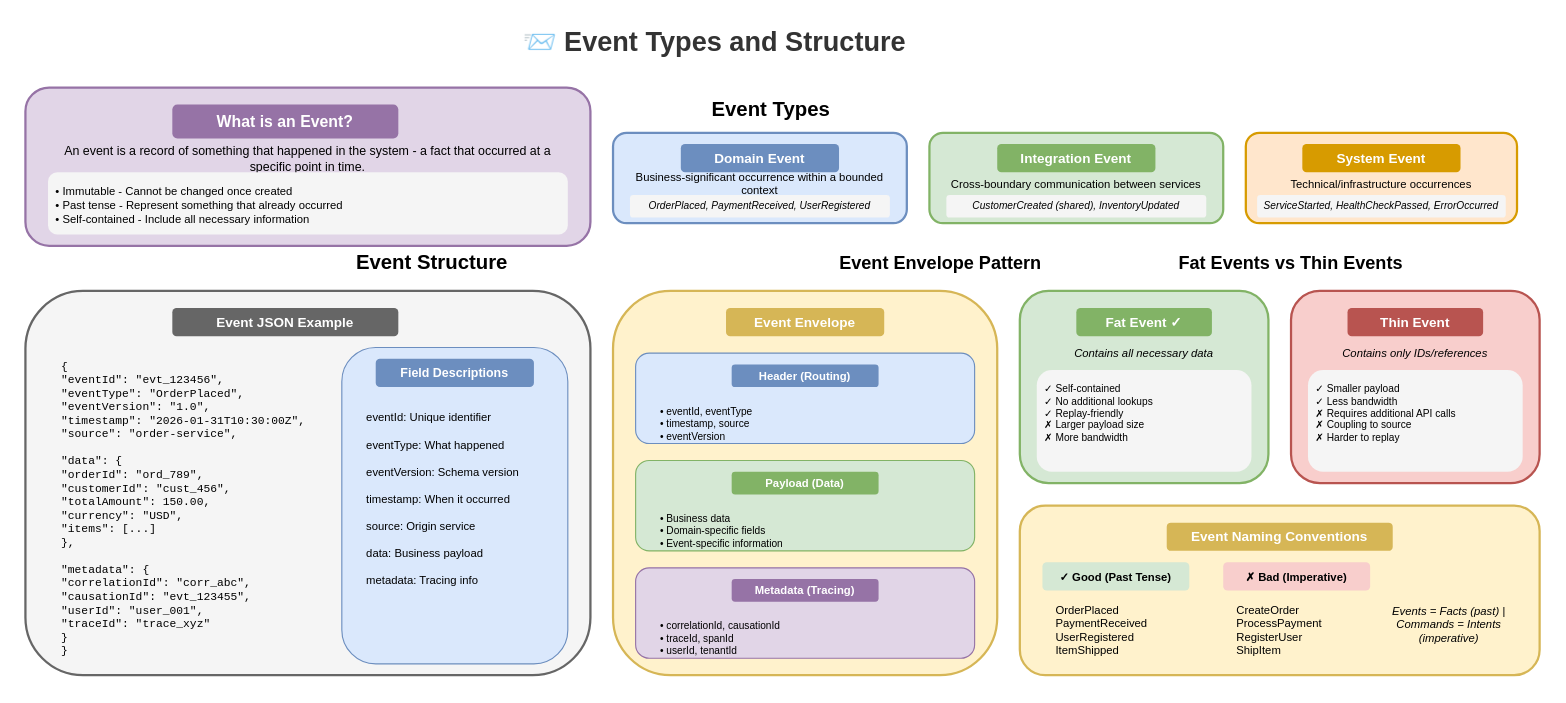
Earlier version of the draw.io diagram lesson-02-event-driven-architecture/01-core-concepts/1.2-event-types-structure.drawio (MrParkerZ7/document-lesson-software-architect-x-claude). Source tidied: cells renumbered, new cells numbered last; positions are measured from the earlier drawing's top-left corner, leaving out a move shared by most shapes. Both pictures are drawn from the tidied source at 113%, with x=0, y=0 at pixel (25, 19).
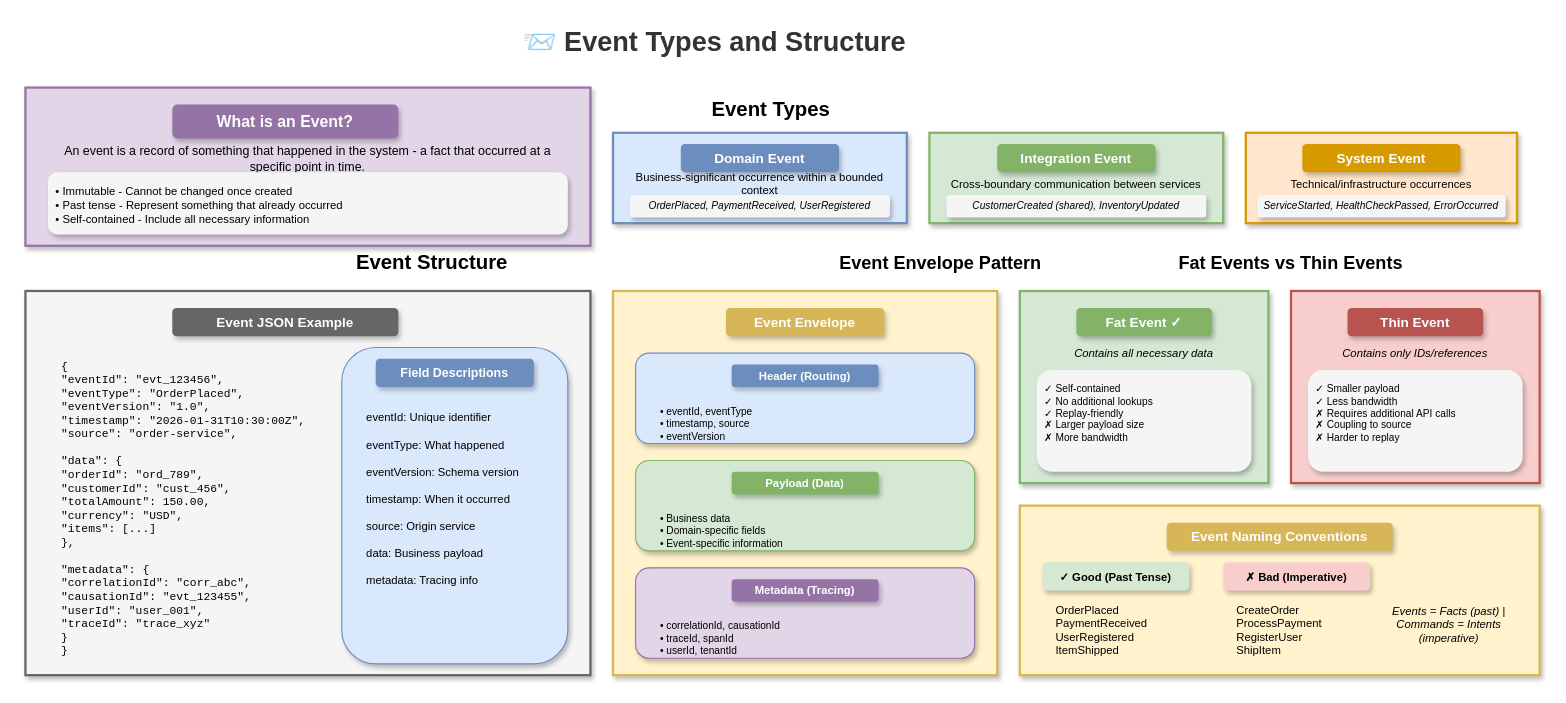
The same page after the edit.

Diff of the diagram source:
```diff
@@
-    <mxCell id="3" style="rounded=1;whiteSpace=wrap;html=1;fillColor=#e1d5e7;strokeColor=#9673a6;strokeWidth=2;" parent="1" vertex="1">
+    <mxCell id="3" style="rounded=0;whiteSpace=wrap;html=1;fillColor=#e1d5e7;strokeColor=#9673a6;strokeWidth=2;shadow=1;" parent="1" vertex="1">
       <mxGeometry y="60" width="500" height="140" as="geometry" />
     </mxCell>
-    <mxCell id="4" value="What is an Event?" style="text;html=1;strokeColor=none;fillColor=#9673a6;align=center;verticalAlign=middle;whiteSpace=wrap;rounded=1;fontSize=14;fontStyle=1;fontColor=#ffffff;" parent="1" vertex="1">
+    <mxCell id="4" value="What is an Event?" style="text;html=1;strokeColor=none;fillColor=#9673a6;align=center;verticalAlign=middle;whiteSpace=wrap;rounded=1;fontSize=14;fontStyle=1;fontColor=#ffffff;shadow=1;" parent="1" vertex="1">
       <mxGeometry x="130" y="75" width="200" height="30" as="geometry" />
     </mxCell>
@@
-    <mxCell id="6" value="• Immutable - Cannot be changed once created&#10;• Past tense - Represent something that already occurred&#10;• Self-contained - Include all necessary information" style="text;html=1;strokeColor=none;fillColor=#f5f5f5;align=left;verticalAlign=top;whiteSpace=wrap;rounded=1;fontSize=10;spacingLeft=5;spacingTop=5;" parent="1" vertex="1">
+    <mxCell id="6" value="• Immutable - Cannot be changed once created&#10;• Past tense - Represent something that already occurred&#10;• Self-contained - Include all necessary information" style="text;html=1;strokeColor=none;fillColor=#f5f5f5;align=left;verticalAlign=top;whiteSpace=wrap;rounded=1;fontSize=10;spacingLeft=5;spacingTop=5;shadow=1;" parent="1" vertex="1">
       <mxGeometry x="20" y="135" width="460" height="55" as="geometry" />
     </mxCell>
@@
-    <mxCell id="8" style="rounded=1;whiteSpace=wrap;html=1;fillColor=#dae8fc;strokeColor=#6c8ebf;strokeWidth=2;" parent="1" vertex="1">
+    <mxCell id="8" style="rounded=0;whiteSpace=wrap;html=1;fillColor=#dae8fc;strokeColor=#6c8ebf;strokeWidth=2;shadow=1;" parent="1" vertex="1">
       <mxGeometry x="520" y="100" width="260" height="80" as="geometry" />
     </mxCell>
-    <mxCell id="9" value="Domain Event" style="text;html=1;strokeColor=none;fillColor=#6c8ebf;align=center;verticalAlign=middle;whiteSpace=wrap;rounded=1;fontSize=12;fontStyle=1;fontColor=#ffffff;" parent="1" vertex="1">
+    <mxCell id="9" value="Domain Event" style="text;html=1;strokeColor=none;fillColor=#6c8ebf;align=center;verticalAlign=middle;whiteSpace=wrap;rounded=1;fontSize=12;fontStyle=1;fontColor=#ffffff;shadow=1;" parent="1" vertex="1">
       <mxGeometry x="580" y="110" width="140" height="25" as="geometry" />
     </mxCell>
@@
-    <mxCell id="11" value="OrderPlaced, PaymentReceived, UserRegistered" style="text;html=1;strokeColor=none;fillColor=#f5f5f5;align=center;verticalAlign=middle;whiteSpace=wrap;rounded=1;fontSize=9;fontStyle=2;" parent="1" vertex="1">
+    <mxCell id="11" value="OrderPlaced, PaymentReceived, UserRegistered" style="text;html=1;strokeColor=none;fillColor=#f5f5f5;align=center;verticalAlign=middle;whiteSpace=wrap;rounded=1;fontSize=9;fontStyle=2;shadow=1;" parent="1" vertex="1">
       <mxGeometry x="535" y="155" width="230" height="20" as="geometry" />
     </mxCell>
-    <mxCell id="12" style="rounded=1;whiteSpace=wrap;html=1;fillColor=#d5e8d4;strokeColor=#82b366;strokeWidth=2;" parent="1" vertex="1">
+    <mxCell id="12" style="rounded=0;whiteSpace=wrap;html=1;fillColor=#d5e8d4;strokeColor=#82b366;strokeWidth=2;shadow=1;" parent="1" vertex="1">
       <mxGeometry x="800" y="100" width="260" height="80" as="geometry" />
     </mxCell>
-    <mxCell id="13" value="Integration Event" style="text;html=1;strokeColor=none;fillColor=#82b366;align=center;verticalAlign=middle;whiteSpace=wrap;rounded=1;fontSize=12;fontStyle=1;fontColor=#ffffff;" parent="1" vertex="1">
+    <mxCell id="13" value="Integration Event" style="text;html=1;strokeColor=none;fillColor=#82b366;align=center;verticalAlign=middle;whiteSpace=wrap;rounded=1;fontSize=12;fontStyle=1;fontColor=#ffffff;shadow=1;" parent="1" vertex="1">
       <mxGeometry x="860" y="110" width="140" height="25" as="geometry" />
     </mxCell>
@@
-    <mxCell id="15" value="CustomerCreated (shared), InventoryUpdated" style="text;html=1;strokeColor=none;fillColor=#f5f5f5;align=center;verticalAlign=middle;whiteSpace=wrap;rounded=1;fontSize=9;fontStyle=2;" parent="1" vertex="1">
+    <mxCell id="15" value="CustomerCreated (shared), InventoryUpdated" style="text;html=1;strokeColor=none;fillColor=#f5f5f5;align=center;verticalAlign=middle;whiteSpace=wrap;rounded=1;fontSize=9;fontStyle=2;shadow=1;" parent="1" vertex="1">
       <mxGeometry x="815" y="155" width="230" height="20" as="geometry" />
     </mxCell>
-    <mxCell id="16" style="rounded=1;whiteSpace=wrap;html=1;fillColor=#ffe6cc;strokeColor=#d79b00;strokeWidth=2;" parent="1" vertex="1">
+    <mxCell id="16" style="rounded=0;whiteSpace=wrap;html=1;fillColor=#ffe6cc;strokeColor=#d79b00;strokeWidth=2;shadow=1;" parent="1" vertex="1">
       <mxGeometry x="1080" y="100" width="240" height="80" as="geometry" />
     </mxCell>
-    <mxCell id="17" value="System Event" style="text;html=1;strokeColor=none;fillColor=#d79b00;align=center;verticalAlign=middle;whiteSpace=wrap;rounded=1;fontSize=12;fontStyle=1;fontColor=#ffffff;" parent="1" vertex="1">
+    <mxCell id="17" value="System Event" style="text;html=1;strokeColor=none;fillColor=#d79b00;align=center;verticalAlign=middle;whiteSpace=wrap;rounded=1;fontSize=12;fontStyle=1;fontColor=#ffffff;shadow=1;" parent="1" vertex="1">
       <mxGeometry x="1130" y="110" width="140" height="25" as="geometry" />
     </mxCell>
@@
-    <mxCell id="19" value="ServiceStarted, HealthCheckPassed, ErrorOccurred" style="text;html=1;strokeColor=none;fillColor=#f5f5f5;align=center;verticalAlign=middle;whiteSpace=wrap;rounded=1;fontSize=9;fontStyle=2;" parent="1" vertex="1">
+    <mxCell id="19" value="ServiceStarted, HealthCheckPassed, ErrorOccurred" style="text;html=1;strokeColor=none;fillColor=#f5f5f5;align=center;verticalAlign=middle;whiteSpace=wrap;rounded=1;fontSize=9;fontStyle=2;shadow=1;" parent="1" vertex="1">
       <mxGeometry x="1090" y="155" width="220" height="20" as="geometry" />
     </mxCell>
@@
-    <mxCell id="21" style="rounded=1;whiteSpace=wrap;html=1;fillColor=#f5f5f5;strokeColor=#666666;strokeWidth=2;" parent="1" vertex="1">
+    <mxCell id="21" style="rounded=0;whiteSpace=wrap;html=1;fillColor=#f5f5f5;strokeColor=#666666;strokeWidth=2;shadow=1;" parent="1" vertex="1">
       <mxGeometry y="240" width="500" height="340" as="geometry" />
     </mxCell>
-    <mxCell id="22" value="Event JSON Example" style="text;html=1;strokeColor=none;fillColor=#666666;align=center;verticalAlign=middle;whiteSpace=wrap;rounded=1;fontSize=12;fontStyle=1;fontColor=#ffffff;" parent="1" vertex="1">
+    <mxCell id="22" value="Event JSON Example" style="text;html=1;strokeColor=none;fillColor=#666666;align=center;verticalAlign=middle;whiteSpace=wrap;rounded=1;fontSize=12;fontStyle=1;fontColor=#ffffff;shadow=1;" parent="1" vertex="1">
       <mxGeometry x="130" y="255" width="200" height="25" as="geometry" />
     </mxCell>
@@
-    <mxCell id="24" style="rounded=1;whiteSpace=wrap;html=1;fillColor=#dae8fc;strokeColor=#6c8ebf;strokeWidth=1;" parent="1" vertex="1">
+    <mxCell id="24" style="rounded=1;whiteSpace=wrap;html=1;fillColor=#dae8fc;strokeColor=#6c8ebf;strokeWidth=1;shadow=1;" parent="1" vertex="1">
       <mxGeometry x="280" y="290" width="200" height="280" as="geometry" />
     </mxCell>
-    <mxCell id="25" value="Field Descriptions" style="text;html=1;strokeColor=none;fillColor=#6c8ebf;align=center;verticalAlign=middle;whiteSpace=wrap;rounded=1;fontSize=11;fontStyle=1;fontColor=#ffffff;" parent="1" vertex="1">
+    <mxCell id="25" value="Field Descriptions" style="text;html=1;strokeColor=none;fillColor=#6c8ebf;align=center;verticalAlign=middle;whiteSpace=wrap;rounded=1;fontSize=11;fontStyle=1;fontColor=#ffffff;shadow=1;" parent="1" vertex="1">
       <mxGeometry x="310" y="300" width="140" height="25" as="geometry" />
     </mxCell>
@@
-    <mxCell id="28" style="rounded=1;whiteSpace=wrap;html=1;fillColor=#fff2cc;strokeColor=#d6b656;strokeWidth=2;" parent="1" vertex="1">
+    <mxCell id="28" style="rounded=0;whiteSpace=wrap;html=1;fillColor=#fff2cc;strokeColor=#d6b656;strokeWidth=2;shadow=1;" parent="1" vertex="1">
       <mxGeometry x="520" y="240" width="340" height="340" as="geometry" />
     </mxCell>
-    <mxCell id="29" value="Event Envelope" style="text;html=1;strokeColor=none;fillColor=#d6b656;align=center;verticalAlign=middle;whiteSpace=wrap;rounded=1;fontSize=12;fontStyle=1;fontColor=#ffffff;" parent="1" vertex="1">
+    <mxCell id="29" value="Event Envelope" style="text;html=1;strokeColor=none;fillColor=#d6b656;align=center;verticalAlign=middle;whiteSpace=wrap;rounded=1;fontSize=12;fontStyle=1;fontColor=#ffffff;shadow=1;" parent="1" vertex="1">
       <mxGeometry x="620" y="255" width="140" height="25" as="geometry" />
     </mxCell>
-    <mxCell id="30" style="rounded=1;whiteSpace=wrap;html=1;fillColor=#dae8fc;strokeColor=#6c8ebf;strokeWidth=1;" parent="1" vertex="1">
+    <mxCell id="30" style="rounded=1;whiteSpace=wrap;html=1;fillColor=#dae8fc;strokeColor=#6c8ebf;strokeWidth=1;shadow=1;" parent="1" vertex="1">
       <mxGeometry x="540" y="295" width="300" height="80" as="geometry" />
     </mxCell>
-    <mxCell id="31" value="Header (Routing)" style="text;html=1;strokeColor=none;fillColor=#6c8ebf;align=center;verticalAlign=middle;whiteSpace=wrap;rounded=1;fontSize=10;fontStyle=1;fontColor=#ffffff;" parent="1" vertex="1">
+    <mxCell id="31" value="Header (Routing)" style="text;html=1;strokeColor=none;fillColor=#6c8ebf;align=center;verticalAlign=middle;whiteSpace=wrap;rounded=1;fontSize=10;fontStyle=1;fontColor=#ffffff;shadow=1;" parent="1" vertex="1">
       <mxGeometry x="625" y="305" width="130" height="20" as="geometry" />
     </mxCell>
@@
-    <mxCell id="33" style="rounded=1;whiteSpace=wrap;html=1;fillColor=#d5e8d4;strokeColor=#82b366;strokeWidth=1;" parent="1" vertex="1">
+    <mxCell id="33" style="rounded=1;whiteSpace=wrap;html=1;fillColor=#d5e8d4;strokeColor=#82b366;strokeWidth=1;shadow=1;" parent="1" vertex="1">
       <mxGeometry x="540" y="390" width="300" height="80" as="geometry" />
     </mxCell>
-    <mxCell id="34" value="Payload (Data)" style="text;html=1;strokeColor=none;fillColor=#82b366;align=center;verticalAlign=middle;whiteSpace=wrap;rounded=1;fontSize=10;fontStyle=1;fontColor=#ffffff;" parent="1" vertex="1">
+    <mxCell id="34" value="Payload (Data)" style="text;html=1;strokeColor=none;fillColor=#82b366;align=center;verticalAlign=middle;whiteSpace=wrap;rounded=1;fontSize=10;fontStyle=1;fontColor=#ffffff;shadow=1;" parent="1" vertex="1">
       <mxGeometry x="625" y="400" width="130" height="20" as="geometry" />
     </mxCell>
@@
-    <mxCell id="36" style="rounded=1;whiteSpace=wrap;html=1;fillColor=#e1d5e7;strokeColor=#9673a6;strokeWidth=1;" parent="1" vertex="1">
+    <mxCell id="36" style="rounded=1;whiteSpace=wrap;html=1;fillColor=#e1d5e7;strokeColor=#9673a6;strokeWidth=1;shadow=1;" parent="1" vertex="1">
       <mxGeometry x="540" y="485" width="300" height="80" as="geometry" />
     </mxCell>
-    <mxCell id="37" value="Metadata (Tracing)" style="text;html=1;strokeColor=none;fillColor=#9673a6;align=center;verticalAlign=middle;whiteSpace=wrap;rounded=1;fontSize=10;fontStyle=1;fontColor=#ffffff;" parent="1" vertex="1">
+    <mxCell id="37" value="Metadata (Tracing)" style="text;html=1;strokeColor=none;fillColor=#9673a6;align=center;verticalAlign=middle;whiteSpace=wrap;rounded=1;fontSize=10;fontStyle=1;fontColor=#ffffff;shadow=1;" parent="1" vertex="1">
       <mxGeometry x="625" y="495" width="130" height="20" as="geometry" />
     </mxCell>
@@
-    <mxCell id="40" style="rounded=1;whiteSpace=wrap;html=1;fillColor=#d5e8d4;strokeColor=#82b366;strokeWidth=2;" parent="1" vertex="1">
+    <mxCell id="40" style="rounded=0;whiteSpace=wrap;html=1;fillColor=#d5e8d4;strokeColor=#82b366;strokeWidth=2;shadow=1;" parent="1" vertex="1">
       <mxGeometry x="880" y="240" width="220" height="170" as="geometry" />
     </mxCell>
-    <mxCell id="41" value="Fat Event ✓" style="text;html=1;strokeColor=none;fillColor=#82b366;align=center;verticalAlign=middle;whiteSpace=wrap;rounded=1;fontSize=12;fontStyle=1;fontColor=#ffffff;" parent="1" vertex="1">
+    <mxCell id="41" value="Fat Event ✓" style="text;html=1;strokeColor=none;fillColor=#82b366;align=center;verticalAlign=middle;whiteSpace=wrap;rounded=1;fontSize=12;fontStyle=1;fontColor=#ffffff;shadow=1;" parent="1" vertex="1">
       <mxGeometry x="930" y="255" width="120" height="25" as="geometry" />
     </mxCell>
@@
-    <mxCell id="43" value="✓ Self-contained&#10;✓ No additional lookups&#10;✓ Replay-friendly&#10;✗ Larger payload size&#10;✗ More bandwidth" style="text;html=1;strokeColor=none;fillColor=#f5f5f5;align=left;verticalAlign=top;whiteSpace=wrap;rounded=1;fontSize=9;spacingLeft=5;spacingTop=5;" parent="1" vertex="1">
+    <mxCell id="43" value="✓ Self-contained&#10;✓ No additional lookups&#10;✓ Replay-friendly&#10;✗ Larger payload size&#10;✗ More bandwidth" style="text;html=1;strokeColor=none;fillColor=#f5f5f5;align=left;verticalAlign=top;whiteSpace=wrap;rounded=1;fontSize=9;spacingLeft=5;spacingTop=5;shadow=1;" parent="1" vertex="1">
       <mxGeometry x="895" y="310" width="190" height="90" as="geometry" />
     </mxCell>
-    <mxCell id="44" style="rounded=1;whiteSpace=wrap;html=1;fillColor=#f8cecc;strokeColor=#b85450;strokeWidth=2;" parent="1" vertex="1">
+    <mxCell id="44" style="rounded=0;whiteSpace=wrap;html=1;fillColor=#f8cecc;strokeColor=#b85450;strokeWidth=2;shadow=1;" parent="1" vertex="1">
       <mxGeometry x="1120" y="240" width="220" height="170" as="geometry" />
     </mxCell>
-    <mxCell id="45" value="Thin Event" style="text;html=1;strokeColor=none;fillColor=#b85450;align=center;verticalAlign=middle;whiteSpace=wrap;rounded=1;fontSize=12;fontStyle=1;fontColor=#ffffff;" parent="1" vertex="1">
+    <mxCell id="45" value="Thin Event" style="text;html=1;strokeColor=none;fillColor=#b85450;align=center;verticalAlign=middle;whiteSpace=wrap;rounded=1;fontSize=12;fontStyle=1;fontColor=#ffffff;shadow=1;" parent="1" vertex="1">
       <mxGeometry x="1170" y="255" width="120" height="25" as="geometry" />
     </mxCell>
@@
-    <mxCell id="47" value="✓ Smaller payload&#10;✓ Less bandwidth&#10;✗ Requires additional API calls&#10;✗ Coupling to source&#10;✗ Harder to replay" style="text;html=1;strokeColor=none;fillColor=#f5f5f5;align=left;verticalAlign=top;whiteSpace=wrap;rounded=1;fontSize=9;spacingLeft=5;spacingTop=5;" parent="1" vertex="1">
+    <mxCell id="47" value="✓ Smaller payload&#10;✓ Less bandwidth&#10;✗ Requires additional API calls&#10;✗ Coupling to source&#10;✗ Harder to replay" style="text;html=1;strokeColor=none;fillColor=#f5f5f5;align=left;verticalAlign=top;whiteSpace=wrap;rounded=1;fontSize=9;spacingLeft=5;spacingTop=5;shadow=1;" parent="1" vertex="1">
       <mxGeometry x="1135" y="310" width="190" height="90" as="geometry" />
     </mxCell>
-    <mxCell id="48" style="rounded=1;whiteSpace=wrap;html=1;fillColor=#fff2cc;strokeColor=#d6b656;strokeWidth=2;" parent="1" vertex="1">
+    <mxCell id="48" style="rounded=0;whiteSpace=wrap;html=1;fillColor=#fff2cc;strokeColor=#d6b656;strokeWidth=2;shadow=1;" parent="1" vertex="1">
       <mxGeometry x="880" y="430" width="460" height="150" as="geometry" />
     </mxCell>
-    <mxCell id="49" value="Event Naming Conventions" style="text;html=1;strokeColor=none;fillColor=#d6b656;align=center;verticalAlign=middle;whiteSpace=wrap;rounded=1;fontSize=12;fontStyle=1;fontColor=#ffffff;" parent="1" vertex="1">
+    <mxCell id="49" value="Event Naming Conventions" style="text;html=1;strokeColor=none;fillColor=#d6b656;align=center;verticalAlign=middle;whiteSpace=wrap;rounded=1;fontSize=12;fontStyle=1;fontColor=#ffffff;shadow=1;" parent="1" vertex="1">
       <mxGeometry x="1010" y="445" width="200" height="25" as="geometry" />
     </mxCell>
-    <mxCell id="50" value="✓ Good (Past Tense)" style="text;html=1;strokeColor=none;fillColor=#d5e8d4;align=center;verticalAlign=middle;whiteSpace=wrap;rounded=1;fontSize=10;fontStyle=1;" parent="1" vertex="1">
+    <mxCell id="50" value="✓ Good (Past Tense)" style="text;html=1;strokeColor=none;fillColor=#d5e8d4;align=center;verticalAlign=middle;whiteSpace=wrap;rounded=1;fontSize=10;fontStyle=1;shadow=1;" parent="1" vertex="1">
       <mxGeometry x="900" y="480" width="130" height="25" as="geometry" />
     </mxCell>
@@
-    <mxCell id="52" value="✗ Bad (Imperative)" style="text;html=1;strokeColor=none;fillColor=#f8cecc;align=center;verticalAlign=middle;whiteSpace=wrap;rounded=1;fontSize=10;fontStyle=1;" parent="1" vertex="1">
+    <mxCell id="52" value="✗ Bad (Imperative)" style="text;html=1;strokeColor=none;fillColor=#f8cecc;align=center;verticalAlign=middle;whiteSpace=wrap;rounded=1;fontSize=10;fontStyle=1;shadow=1;" parent="1" vertex="1">
       <mxGeometry x="1060" y="480" width="130" height="25" as="geometry" />
     </mxCell>
```
